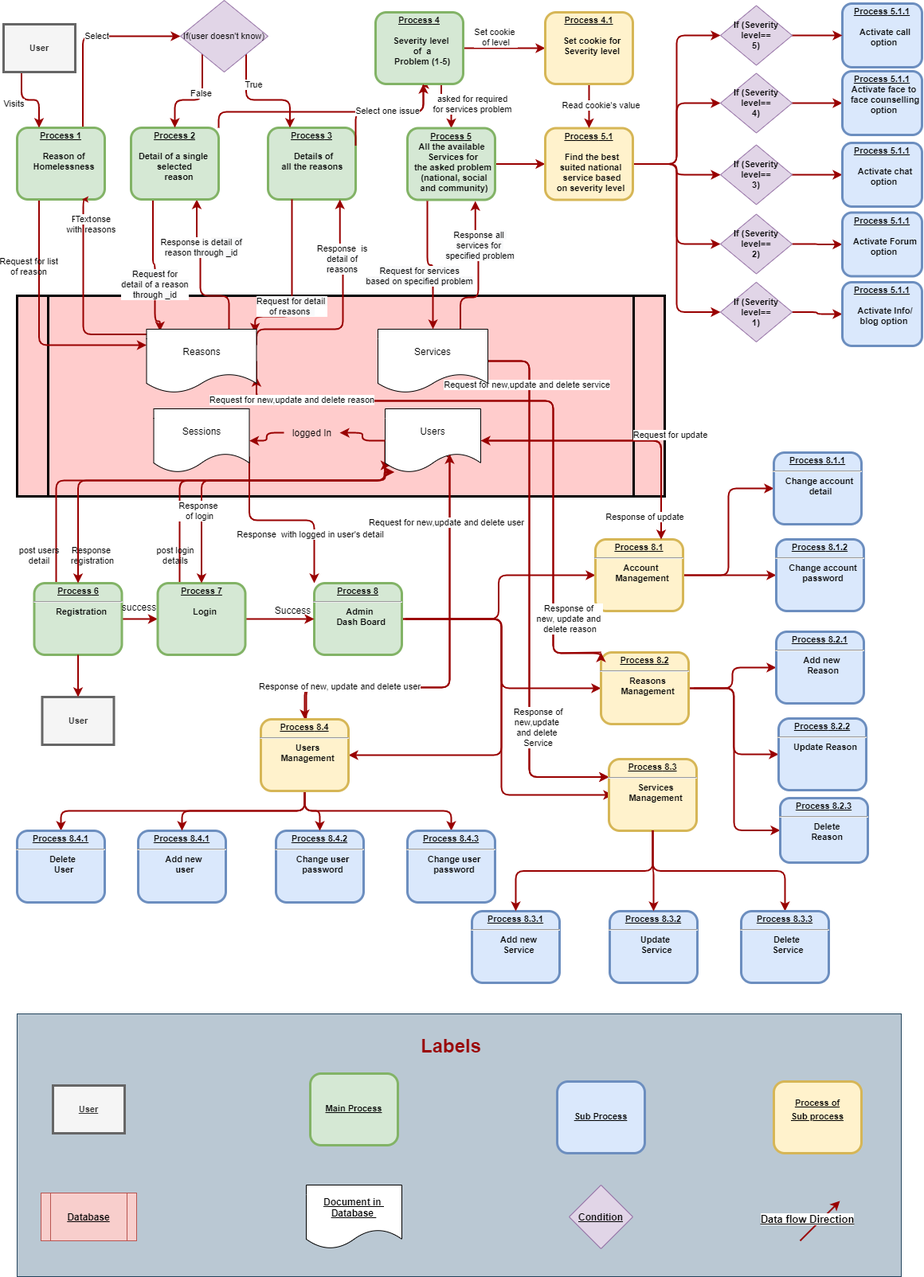
Earlier version of the draw.io export diagrams/dataFlowDiagram.png (MasoomaBakhshi/Prevent-homelessness). Source tidied: cells renumbered, new cells last; positions are measured from the earlier drawing's top-left corner, leaving out a move shared by most shapes.
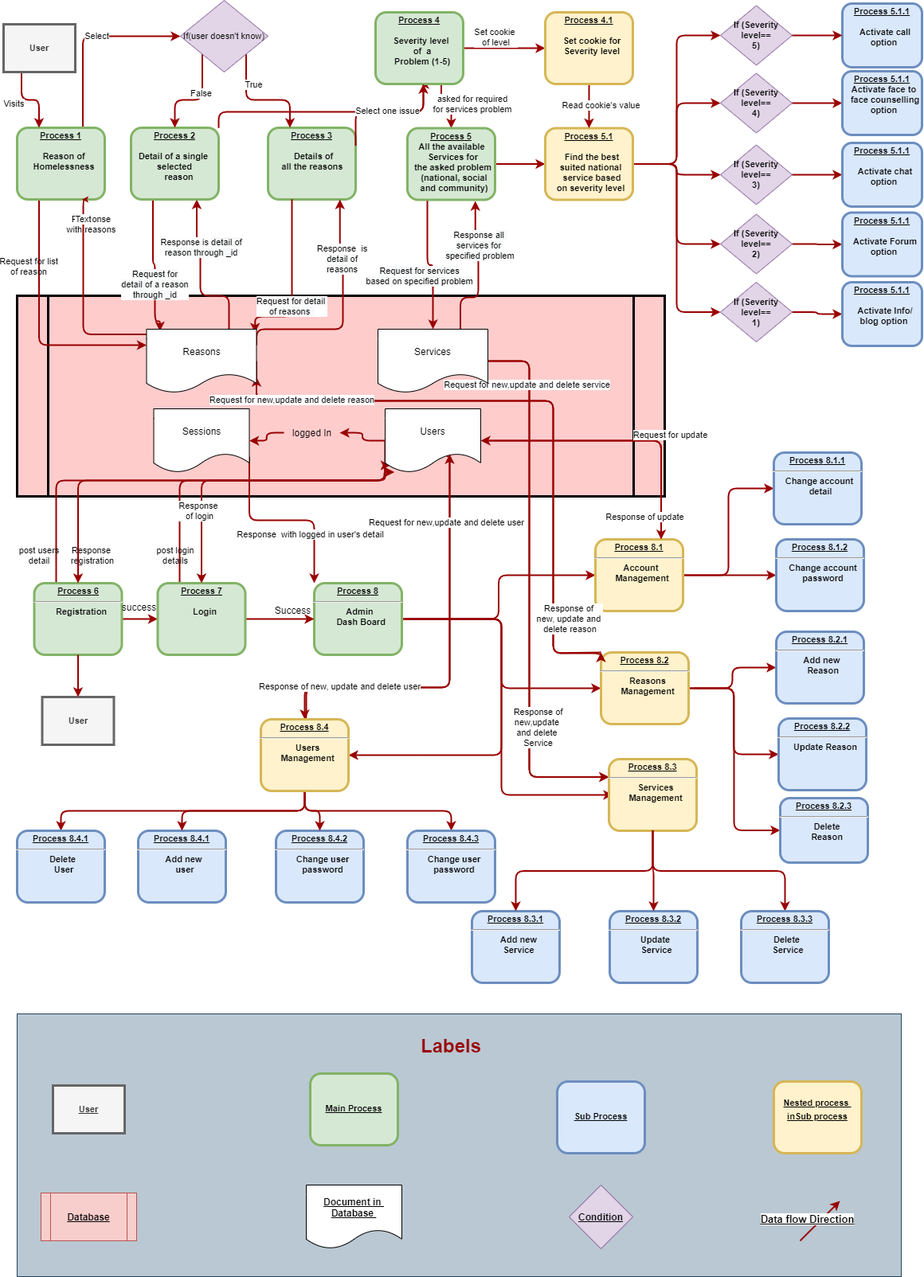
The same diagram one commit later.

Change to the diagram source:
```diff
@@ -615,7 +615,7 @@
     <mxCell id="147" value="&lt;p style=&quot;margin: 4px 0px 0px; text-align: center; font-size: 11px;&quot;&gt;&lt;br&gt;&lt;/p&gt;&lt;p style=&quot;margin: 4px 0px 0px; text-align: center; font-size: 11px;&quot;&gt;&lt;br&gt;&lt;/p&gt;&lt;p style=&quot;margin: 4px 0px 0px; text-align: center; font-size: 11px;&quot;&gt;Sub Process&lt;/p&gt;" style="verticalAlign=middle;align=center;overflow=fill;fontSize=11;fontFamily=Helvetica;html=1;rounded=1;fontStyle=5;strokeWidth=3;fillColor=#dae8fc;strokeColor=#6c8ebf;" parent="1" vertex="1">
       <mxGeometry x="695" y="1358" width="110" height="90" as="geometry" />
     </mxCell>
-    <mxCell id="148" value="&lt;p style=&quot;margin: 4px 0px 0px; text-align: center; font-size: 11px;&quot;&gt;&lt;br&gt;&lt;/p&gt;&lt;p style=&quot;margin: 4px 0px 0px; text-align: center; font-size: 11px;&quot;&gt;&lt;span&gt;Process of&lt;/span&gt;&lt;br&gt;&lt;/p&gt;&lt;p style=&quot;margin: 4px 0px 0px; text-align: center; font-size: 11px;&quot;&gt;Sub process&lt;/p&gt;" style="verticalAlign=middle;align=center;overflow=fill;fontSize=11;fontFamily=Helvetica;html=1;rounded=1;fontStyle=5;strokeWidth=3;fillColor=#fff2cc;strokeColor=#d6b656;" parent="1" vertex="1">
+    <mxCell id="148" value="&lt;p style=&quot;margin: 4px 0px 0px ; text-align: center ; font-size: 11px&quot;&gt;&lt;br&gt;&lt;/p&gt;&lt;p style=&quot;margin: 4px 0px 0px ; text-align: center ; font-size: 11px&quot;&gt;&lt;span&gt;Nested process&amp;nbsp;&lt;/span&gt;&lt;/p&gt;&lt;p style=&quot;margin: 4px 0px 0px ; text-align: center ; font-size: 11px&quot;&gt;&lt;span&gt;in&lt;/span&gt;&lt;span&gt;Sub process&lt;/span&gt;&lt;/p&gt;" style="verticalAlign=middle;align=center;overflow=fill;fontSize=11;fontFamily=Helvetica;html=1;rounded=1;fontStyle=5;strokeWidth=3;fillColor=#fff2cc;strokeColor=#d6b656;" parent="1" vertex="1">
       <mxGeometry x="967" y="1358" width="110" height="90" as="geometry" />
     </mxCell>
     <mxCell id="149" style="endArrow=classic;html=1;strokeColor=#990000;strokeWidth=2;fontStyle=5;" parent="1" edge="1">
```
